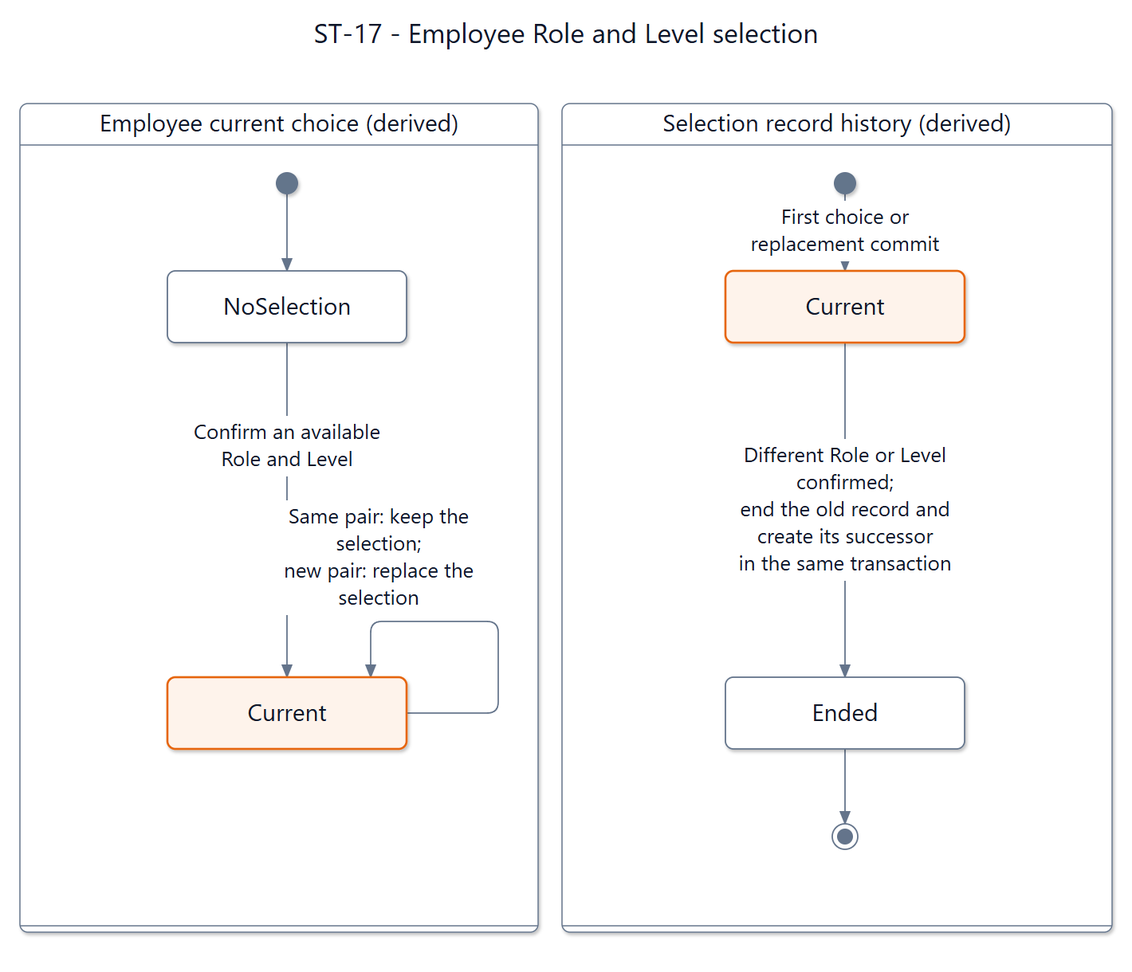
SEP490-Fall-2026-GFA26SE64/SEP490 keeps this Mermaid diagram as documents/diagrams/mermaid/st-17.png. Above is the earlier version. Its source is kept beside it as documents/diagrams/mermaid/st-17.mmd.
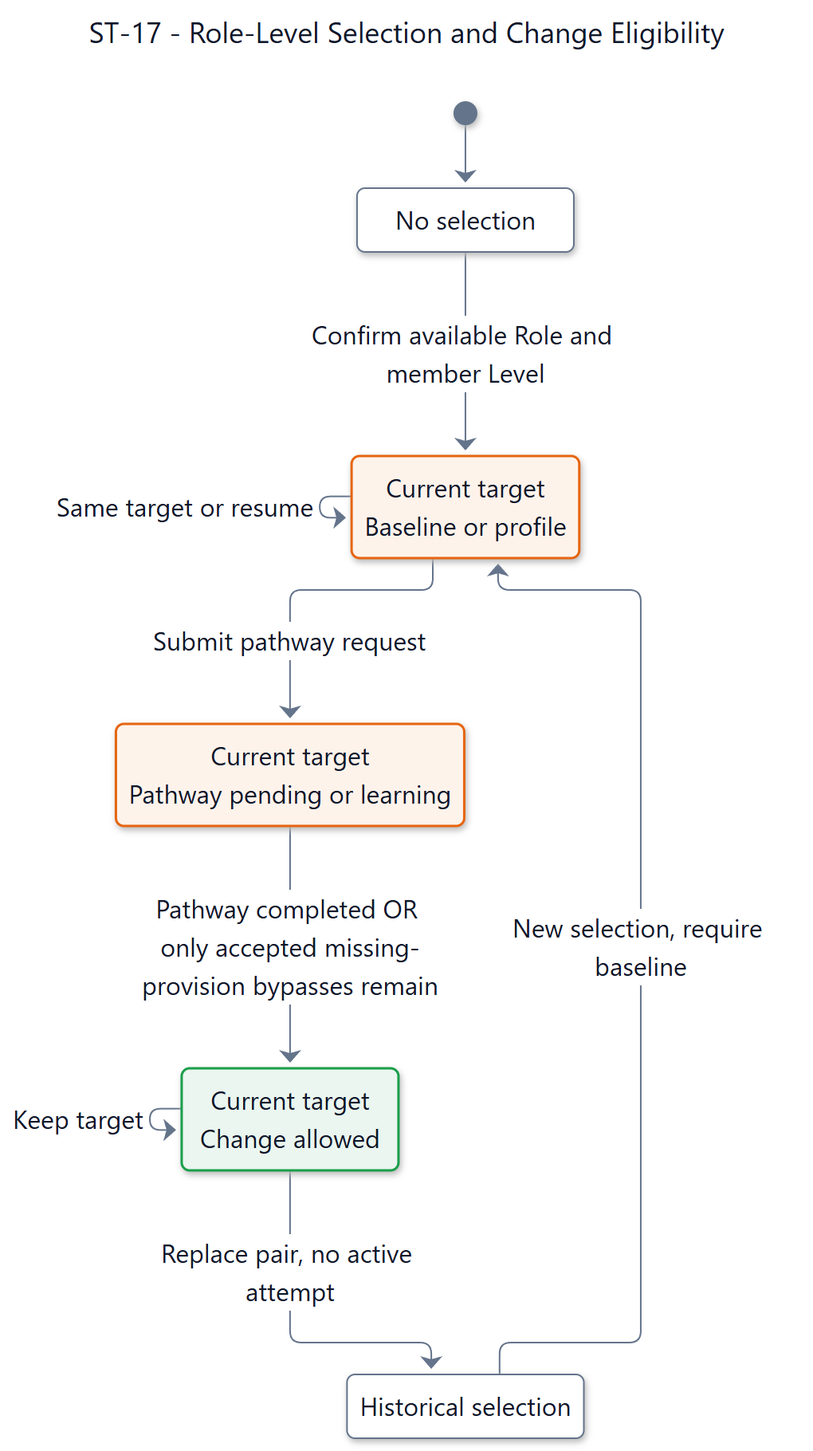
Later version of the same file.

Change to the diagram source:
```diff
@@ -1,24 +1,24 @@
 ---
-title: "ST-17 - Employee Role and Level selection"
-config: {"theme":"base","fontFamily":"Segoe UI, Arial, sans-serif","themeVariables":{"fontFamily":"Segoe UI, Arial, sans-serif","fontSize":"16px","primaryColor":"#ffffff","primaryTextColor":"#0f1729","primaryBorderColor":"#64748b","secondaryColor":"#fef3eb","tertiaryColor":"#ffffff","lineColor":"#64748b","textColor":"#0f1729","mainBkg":"#ffffff","background":"#ffffff","clusterBkg":"#ffffff","clusterBorder":"#64748b","edgeLabelBackground":"#ffffff","titleColor":"#0f1729","noteBkgColor":"#fef3eb","noteTextColor":"#0f1729","noteBorderColor":"#e6650f","labelColor":"#0f1729","compositeBackground":"#ffffff","compositeTitleBackground":"#ffffff","compositeBorder":"#64748b","altBackground":"#ffffff","nodeBorder":"#64748b","nodeTextColor":"#0f1729","cScale0":"#ffffff","cScaleLabel0":"#0f1729","cScale1":"#ffffff","cScaleLabel1":"#0f1729","cScale2":"#ffffff","cScaleLabel2":"#0f1729","cScale3":"#ffffff","cScaleLabel3":"#0f1729","cScale4":"#ffffff","cScaleLabel4":"#0f1729","cScale5":"#ffffff","cScaleLabel5":"#0f1729","cScale6":"#ffffff","cScaleLabel6":"#0f1729","cScale7":"#ffffff","cScaleLabel7":"#0f1729","cScale8":"#ffffff","cScaleLabel8":"#0f1729","cScale9":"#ffffff","cScaleLabel9":"#0f1729","cScale10":"#ffffff","cScaleLabel10":"#0f1729","cScale11":"#ffffff","cScaleLabel11":"#0f1729","secondaryBorderColor":"#64748b","tertiaryBorderColor":"#64748b","secondaryTextColor":"#0f1729","tertiaryTextColor":"#0f1729"},"state":{"nodeSpacing":42,"rankSpacing":64,"padding":16,"fontSize":16,"wrappingWidth":250}}
+title: "ST-17 - Role-Level Selection and Change Eligibility"
+config: {"theme":"base","fontFamily":"Segoe UI, Arial, sans-serif","themeVariables":{"fontFamily":"Segoe UI, Arial, sans-serif","fontSize":"16px","primaryColor":"#ffffff","primaryTextColor":"#0f1729","primaryBorderColor":"#64748b","secondaryColor":"#fef3eb","tertiaryColor":"#ffffff","lineColor":"#64748b","textColor":"#0f1729","mainBkg":"#ffffff","background":"#ffffff","clusterBkg":"#ffffff","clusterBorder":"#64748b","edgeLabelBackground":"#ffffff","titleColor":"#0f1729","noteBkgColor":"#fef3eb","noteTextColor":"#0f1729","noteBorderColor":"#e6650f","labelColor":"#0f1729","compositeBackground":"#ffffff","compositeTitleBackground":"#ffffff","compositeBorder":"#64748b","altBackground":"#ffffff","nodeBorder":"#64748b","nodeTextColor":"#0f1729","cScale0":"#ffffff","cScaleLabel0":"#0f1729","cScale1":"#ffffff","cScaleLabel1":"#0f1729","cScale2":"#ffffff","cScaleLabel2":"#0f1729","cScale3":"#ffffff","cScaleLabel3":"#0f1729","cScale4":"#ffffff","cScaleLabel4":"#0f1729","cScale5":"#ffffff","cScaleLabel5":"#0f1729","cScale6":"#ffffff","cScaleLabel6":"#0f1729","cScale7":"#ffffff","cScaleLabel7":"#0f1729","cScale8":"#ffffff","cScaleLabel8":"#0f1729","cScale9":"#ffffff","cScaleLabel9":"#0f1729","cScale10":"#ffffff","cScaleLabel10":"#0f1729","cScale11":"#ffffff","cScaleLabel11":"#0f1729","secondaryBorderColor":"#64748b","tertiaryBorderColor":"#64748b","secondaryTextColor":"#0f1729","tertiaryTextColor":"#0f1729"},"state":{"nodeSpacing":42,"rankSpacing":64,"padding":16,"fontSize":16,"wrappingWidth":250},"look":"neo"}
 ---
 stateDiagram-v2
-  state "Employee current choice (derived)" as Group0 {
-    state "NoSelection" as noSelection
-    state "Current" as currentChoice
-    [*] --> noSelection
-    noSelection --> currentChoice : Confirm an available Role and Level
-    currentChoice --> currentChoice : Same pair: keep the selection; new pair: replace the selection
-  }
-  state "Selection record history (derived)" as Group1 {
-    state "Current" as currentRecord
-    state "Ended" as endedRecord
-    [*] --> currentRecord : First choice or replacement commit
-    currentRecord --> endedRecord : Different Role or Level confirmed; end the old record and create its successor in the same transaction
-    endedRecord --> [*]
-  }
+  direction TB
+  state "No selection" as none
+  state "Current target<br/>Baseline or profile" as selected
+  state "Current target<br/>Pathway pending or learning" as locked
+  state "Current target<br/>Change allowed" as eligible
+  state "Historical selection" as history
+  [*] --> none
+  none --> selected : Confirm available Role and member Level
+  selected --> selected : Same target or resume
+  selected --> locked : Submit pathway request
+  locked --> eligible : Pathway completed OR only accepted missing-provision bypasses remain
+  eligible --> eligible : Keep target
+  eligible --> history : Replace pair, no active attempt
+  history --> selected : New selection, require baseline
   classDef accepted fill:#eaf6ef,stroke:#1a9e4a,color:#0f1729,stroke-width:1.5px
   classDef attention fill:#fdf2f2,stroke:#dc2828,color:#0f1729,stroke-width:1.5px
   classDef working fill:#fef3eb,stroke:#e6650f,color:#0f1729,stroke-width:1.5px
-  class currentChoice working
-  class currentRecord working
+  class selected,locked working
+  class eligible accepted
```
